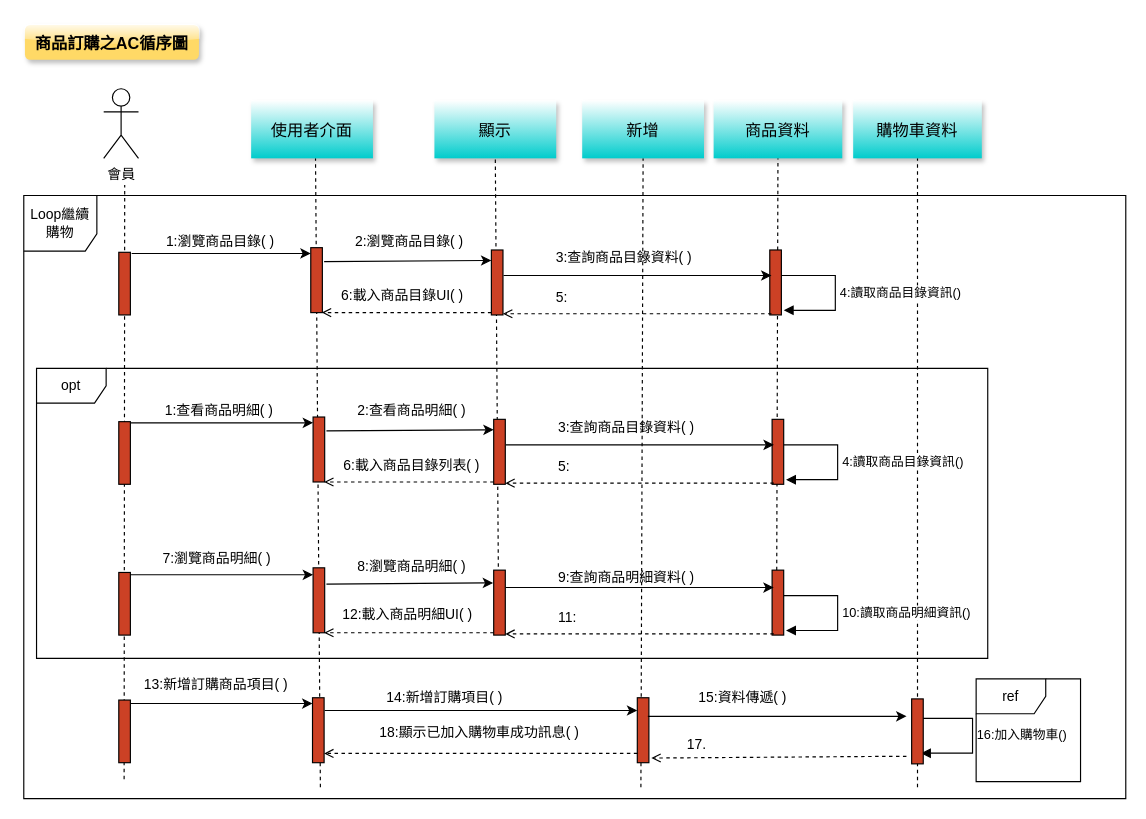
Before: AC圖.drawio in odcs0320/blog, a draw.io diagram. Source tidied: cells renumbered, new cells numbered last; positions are measured from the earlier drawing's top-left corner, leaving out a move shared by most shapes. Both pictures are drawn from the tidied source at 116%, with x=0, y=0 at pixel (23, 24).
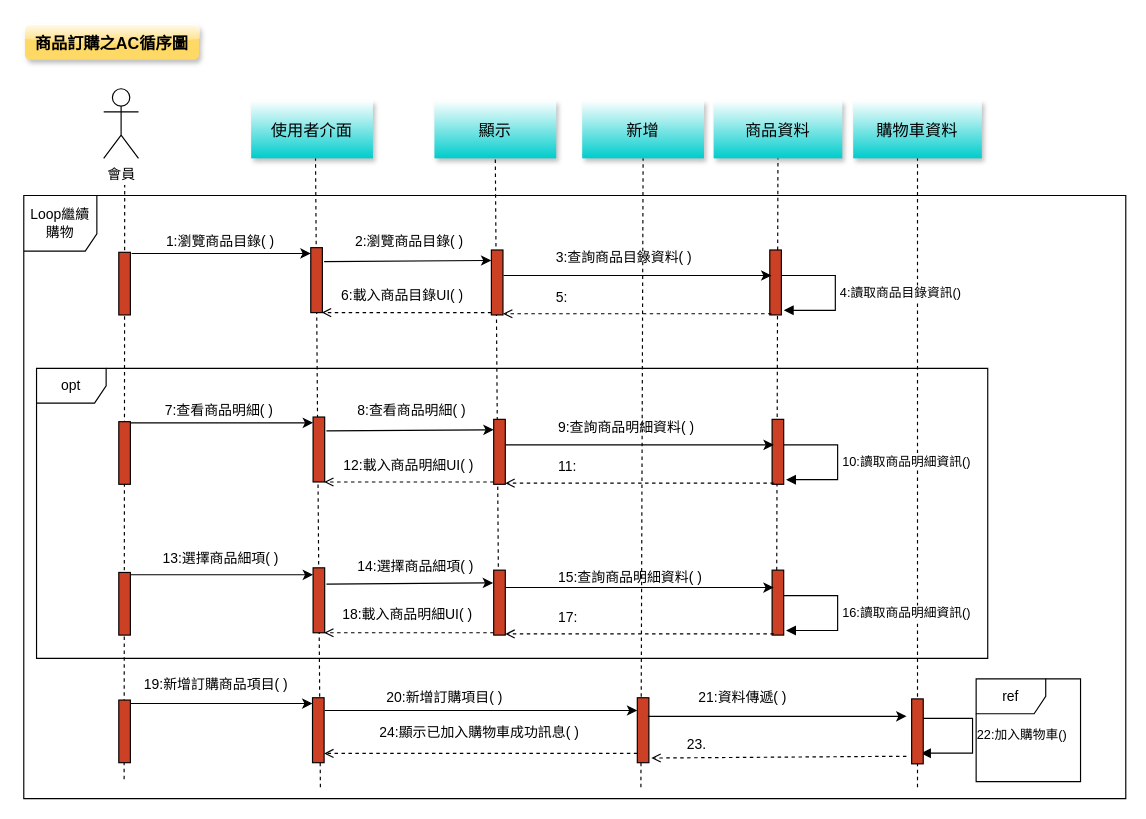
Above is the later version.

Change to the diagram source:
```diff
@@
-    <mxCell id="18" value="1:查看商品明細( )" style="text;strokeColor=none;fillColor=none;align=left;verticalAlign=middle;spacingLeft=4;spacingRight=4;overflow=hidden;whiteSpace=wrap;html=1;" parent="1" vertex="1">
+    <mxCell id="18" value="7:查看商品明細( )" style="text;strokeColor=none;fillColor=none;align=left;verticalAlign=middle;spacingLeft=4;spacingRight=4;overflow=hidden;whiteSpace=wrap;html=1;" parent="1" vertex="1">
       <mxGeometry x="116.1" y="318" width="110" height="30" as="geometry" />
     </mxCell>
@@
-    <mxCell id="21" value="2:查看商品明細( )" style="text;strokeColor=none;fillColor=none;align=left;verticalAlign=middle;spacingLeft=4;spacingRight=4;overflow=hidden;whiteSpace=wrap;html=1;" parent="1" vertex="1">
+    <mxCell id="21" value="8:查看商品明細( )" style="text;strokeColor=none;fillColor=none;align=left;verticalAlign=middle;spacingLeft=4;spacingRight=4;overflow=hidden;whiteSpace=wrap;html=1;" parent="1" vertex="1">
       <mxGeometry x="281.9" y="318" width="110" height="30" as="geometry" />
     </mxCell>
@@
-    <mxCell id="23" value="3:查詢商品目錄資料( )" style="text;strokeColor=none;fillColor=none;align=left;verticalAlign=middle;spacingLeft=4;spacingRight=4;overflow=hidden;whiteSpace=wrap;html=1;" parent="1" vertex="1">
+    <mxCell id="23" value="9:查詢商品明細資料( )" style="text;strokeColor=none;fillColor=none;align=left;verticalAlign=middle;spacingLeft=4;spacingRight=4;overflow=hidden;whiteSpace=wrap;html=1;" parent="1" vertex="1">
       <mxGeometry x="455.1" y="332" width="135" height="30" as="geometry" />
     </mxCell>
-    <mxCell id="24" value="4:讀取商品目錄資訊()" style="html=1;align=left;spacingLeft=2;endArrow=block;rounded=0;edgeStyle=orthogonalEdgeStyle;curved=0;rounded=0;exitX=0.8;exitY=0.25;exitDx=0;exitDy=0;exitPerimeter=0;" parent="1" edge="1">
+    <mxCell id="24" value="10:讀取商品明細資訊()" style="html=1;align=left;spacingLeft=2;endArrow=block;rounded=0;edgeStyle=orthogonalEdgeStyle;curved=0;rounded=0;exitX=0.8;exitY=0.25;exitDx=0;exitDy=0;exitPerimeter=0;" parent="1" edge="1">
       <mxGeometry relative="1" as="geometry">
         <mxPoint x="655.1" y="362" as="sourcePoint" />
         <mxPoint x="657.1" y="392" as="targetPoint" />
         <Array as="points">
           <mxPoint x="701.6" y="362" />
           <mxPoint x="701.6" y="392" />
         </Array>
       </mxGeometry>
     </mxCell>
@@
-    <mxCell id="26" value="5:" style="text;strokeColor=none;fillColor=none;align=left;verticalAlign=middle;spacingLeft=4;spacingRight=4;overflow=hidden;whiteSpace=wrap;html=1;" parent="1" vertex="1">
+    <mxCell id="26" value="11:" style="text;strokeColor=none;fillColor=none;align=left;verticalAlign=middle;spacingLeft=4;spacingRight=4;overflow=hidden;whiteSpace=wrap;html=1;" parent="1" vertex="1">
       <mxGeometry x="455.1" y="366" width="135" height="30" as="geometry" />
     </mxCell>
-    <mxCell id="27" value="6:載入商品目錄列表( )" style="text;strokeColor=none;fillColor=none;align=left;verticalAlign=middle;spacingLeft=4;spacingRight=4;overflow=hidden;whiteSpace=wrap;html=1;" parent="1" vertex="1">
+    <mxCell id="27" value="12:載入商品明細UI( )" style="text;strokeColor=none;fillColor=none;align=left;verticalAlign=middle;spacingLeft=4;spacingRight=4;overflow=hidden;whiteSpace=wrap;html=1;" parent="1" vertex="1">
       <mxGeometry x="270.1" y="366" width="135" height="28" as="geometry" />
     </mxCell>
@@
-    <mxCell id="33" value="7:瀏覽商品明細( )" style="text;strokeColor=none;fillColor=none;align=left;verticalAlign=middle;spacingLeft=4;spacingRight=4;overflow=hidden;whiteSpace=wrap;html=1;" parent="1" vertex="1">
+    <mxCell id="33" value="13:選擇商品細項( )" style="text;strokeColor=none;fillColor=none;align=left;verticalAlign=middle;spacingLeft=4;spacingRight=4;overflow=hidden;whiteSpace=wrap;html=1;" parent="1" vertex="1">
       <mxGeometry x="114.1" y="445" width="110" height="30" as="geometry" />
     </mxCell>
@@
-    <mxCell id="36" value="8:瀏覽商品明細( )" style="text;strokeColor=none;fillColor=none;align=left;verticalAlign=middle;spacingLeft=4;spacingRight=4;overflow=hidden;whiteSpace=wrap;html=1;" parent="1" vertex="1">
+    <mxCell id="36" value="14:選擇商品細項( )" style="text;strokeColor=none;fillColor=none;align=left;verticalAlign=middle;spacingLeft=4;spacingRight=4;overflow=hidden;whiteSpace=wrap;html=1;" parent="1" vertex="1">
       <mxGeometry x="281.9" y="452" width="110" height="30" as="geometry" />
     </mxCell>
-    <mxCell id="37" value="9:查詢商品明細資料( )" style="text;strokeColor=none;fillColor=none;align=left;verticalAlign=middle;spacingLeft=4;spacingRight=4;overflow=hidden;whiteSpace=wrap;html=1;" parent="1" vertex="1">
+    <mxCell id="37" value="15:查詢商品明細資料( )" style="text;strokeColor=none;fillColor=none;align=left;verticalAlign=middle;spacingLeft=4;spacingRight=4;overflow=hidden;whiteSpace=wrap;html=1;" parent="1" vertex="1">
       <mxGeometry x="455.1" y="462" width="135" height="30" as="geometry" />
     </mxCell>
-    <mxCell id="38" value="10:讀取商品明細資訊()" style="html=1;align=left;spacingLeft=2;endArrow=block;rounded=0;edgeStyle=orthogonalEdgeStyle;curved=0;rounded=0;exitX=0.8;exitY=0.25;exitDx=0;exitDy=0;exitPerimeter=0;" parent="1" edge="1">
+    <mxCell id="38" value="16:讀取商品明細資訊()" style="html=1;align=left;spacingLeft=2;endArrow=block;rounded=0;edgeStyle=orthogonalEdgeStyle;curved=0;rounded=0;exitX=0.8;exitY=0.25;exitDx=0;exitDy=0;exitPerimeter=0;" parent="1" edge="1">
       <mxGeometry relative="1" as="geometry">
         <mxPoint x="655.1" y="492" as="sourcePoint" />
         <mxPoint x="657.1" y="522" as="targetPoint" />
         <Array as="points">
           <mxPoint x="701.6" y="492" />
           <mxPoint x="701.6" y="522" />
         </Array>
       </mxGeometry>
     </mxCell>
@@
-    <mxCell id="40" value="11:" style="text;strokeColor=none;fillColor=none;align=left;verticalAlign=middle;spacingLeft=4;spacingRight=4;overflow=hidden;whiteSpace=wrap;html=1;" parent="1" vertex="1">
+    <mxCell id="40" value="17:" style="text;strokeColor=none;fillColor=none;align=left;verticalAlign=middle;spacingLeft=4;spacingRight=4;overflow=hidden;whiteSpace=wrap;html=1;" parent="1" vertex="1">
       <mxGeometry x="455.1" y="496" width="135" height="30" as="geometry" />
     </mxCell>
-    <mxCell id="41" value="12:載入商品明細UI( )" style="text;strokeColor=none;fillColor=none;align=left;verticalAlign=middle;spacingLeft=4;spacingRight=4;overflow=hidden;whiteSpace=wrap;html=1;" parent="1" vertex="1">
+    <mxCell id="41" value="18:載入商品明細UI( )" style="text;strokeColor=none;fillColor=none;align=left;verticalAlign=middle;spacingLeft=4;spacingRight=4;overflow=hidden;whiteSpace=wrap;html=1;" parent="1" vertex="1">
       <mxGeometry x="269.4" y="494" width="135" height="30" as="geometry" />
     </mxCell>
@@
-    <mxCell id="48" value="16:加入購物車()" style="html=1;align=left;spacingLeft=2;endArrow=block;rounded=0;edgeStyle=orthogonalEdgeStyle;curved=0;rounded=0;exitX=0.8;exitY=0.25;exitDx=0;exitDy=0;exitPerimeter=0;" parent="1" edge="1">
+    <mxCell id="48" value="22:加入購物車()" style="html=1;align=left;spacingLeft=2;endArrow=block;rounded=0;edgeStyle=orthogonalEdgeStyle;curved=0;rounded=0;exitX=0.8;exitY=0.25;exitDx=0;exitDy=0;exitPerimeter=0;" parent="1" edge="1">
       <mxGeometry relative="1" as="geometry">
         <mxPoint x="771.4" y="597.8" as="sourcePoint" />
         <mxPoint x="773.4" y="627.8" as="targetPoint" />
         <Array as="points">
           <mxPoint x="817.9" y="597.8" />
           <mxPoint x="817.9" y="627.8" />
         </Array>
       </mxGeometry>
     </mxCell>
@@
-    <mxCell id="50" value="13:新增訂購商品項目( )" style="text;strokeColor=none;fillColor=none;align=left;verticalAlign=middle;spacingLeft=4;spacingRight=4;overflow=hidden;whiteSpace=wrap;html=1;" parent="1" vertex="1">
+    <mxCell id="50" value="19:新增訂購商品項目( )" style="text;strokeColor=none;fillColor=none;align=left;verticalAlign=middle;spacingLeft=4;spacingRight=4;overflow=hidden;whiteSpace=wrap;html=1;" parent="1" vertex="1">
       <mxGeometry x="97.5" y="554" width="135.2" height="30" as="geometry" />
     </mxCell>
-    <mxCell id="51" value="14:新增訂購項目( )" style="text;strokeColor=none;fillColor=none;align=left;verticalAlign=middle;spacingLeft=4;spacingRight=4;overflow=hidden;whiteSpace=wrap;html=1;" parent="1" vertex="1">
+    <mxCell id="51" value="20:新增訂購項目( )" style="text;strokeColor=none;fillColor=none;align=left;verticalAlign=middle;spacingLeft=4;spacingRight=4;overflow=hidden;whiteSpace=wrap;html=1;" parent="1" vertex="1">
       <mxGeometry x="306.9" y="564.8" width="135.2" height="30" as="geometry" />
     </mxCell>
-    <mxCell id="52" value="18:顯示已加入購物車成功訊息( )" style="text;strokeColor=none;fillColor=none;align=left;verticalAlign=middle;spacingLeft=4;spacingRight=4;overflow=hidden;whiteSpace=wrap;html=1;" parent="1" vertex="1">
+    <mxCell id="52" value="24:顯示已加入購物車成功訊息( )" style="text;strokeColor=none;fillColor=none;align=left;verticalAlign=middle;spacingLeft=4;spacingRight=4;overflow=hidden;whiteSpace=wrap;html=1;" parent="1" vertex="1">
       <mxGeometry x="301" y="594.8" width="190" height="30" as="geometry" />
     </mxCell>
@@
-    <mxCell id="60" value="15:資料傳遞( )" style="text;strokeColor=none;fillColor=none;align=left;verticalAlign=middle;spacingLeft=4;spacingRight=4;overflow=hidden;whiteSpace=wrap;html=1;" parent="1" vertex="1">
+    <mxCell id="60" value="21:資料傳遞( )" style="text;strokeColor=none;fillColor=none;align=left;verticalAlign=middle;spacingLeft=4;spacingRight=4;overflow=hidden;whiteSpace=wrap;html=1;" parent="1" vertex="1">
       <mxGeometry x="576" y="564.8" width="135" height="30" as="geometry" />
     </mxCell>
-    <mxCell id="61" value="17." style="text;strokeColor=none;fillColor=none;align=left;verticalAlign=middle;spacingLeft=4;spacingRight=4;overflow=hidden;whiteSpace=wrap;html=1;" parent="1" vertex="1">
+    <mxCell id="61" value="23." style="text;strokeColor=none;fillColor=none;align=left;verticalAlign=middle;spacingLeft=4;spacingRight=4;overflow=hidden;whiteSpace=wrap;html=1;" parent="1" vertex="1">
       <mxGeometry x="565.8" y="606" width="135.2" height="30" as="geometry" />
     </mxCell>
```
